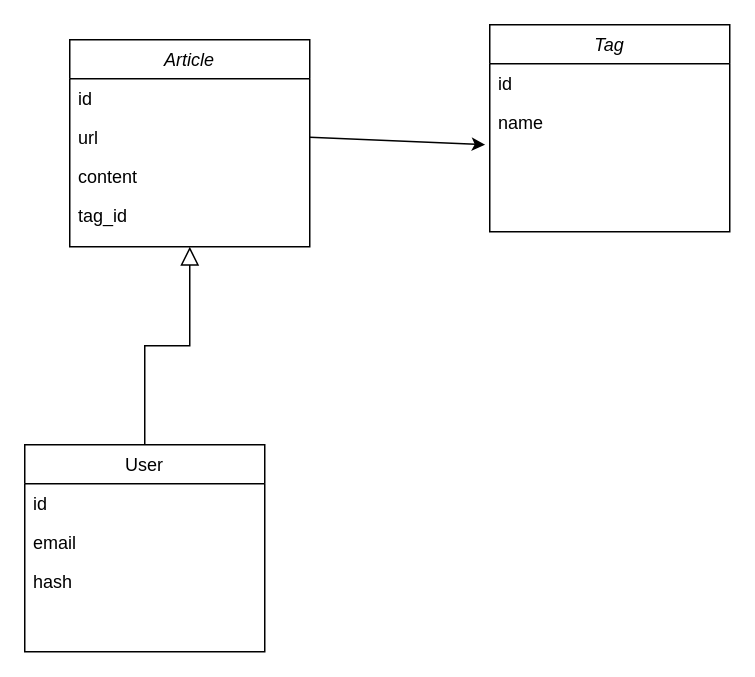
This is draw/Database Diagram.drawio from Kirrrusha/link-storage, a draw.io file, before an edit. Source tidied: cells renumbered, new cells numbered last; positions are measured from the earlier drawing's top-left corner, leaving out a move shared by most shapes. Both pictures are drawn from the tidied source at 150%, with x=0, y=0 at pixel (24, 24).
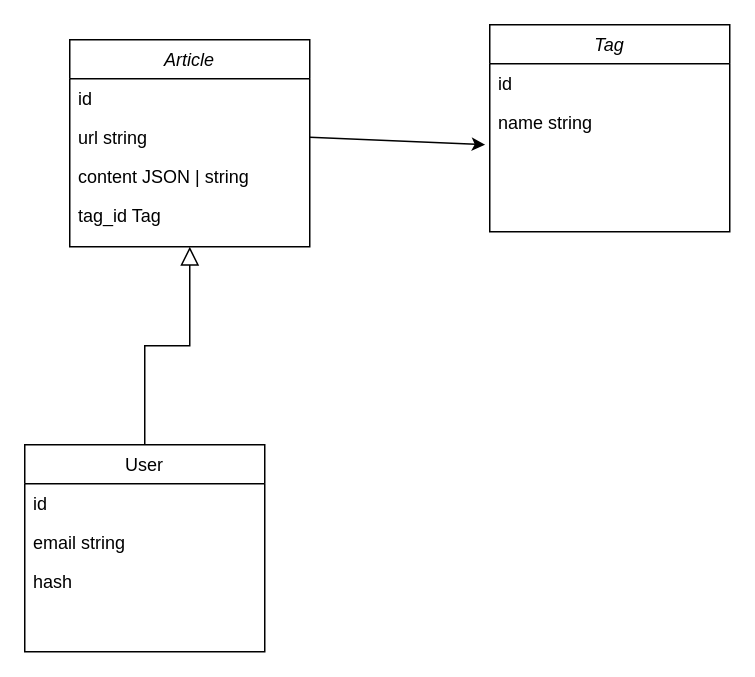
Above is the later version.

Diff of the diagram source:
```diff
@@
 <mxGraphModel>
   <root>
     <mxCell id="0" />
     <mxCell id="1" parent="0" />
     <mxCell id="2" value="Article" style="swimlane;fontStyle=2;align=center;verticalAlign=top;horizontal=1;startSize=26;rounded=0;shadow=0;strokeWidth=1;" parent="1" vertex="1">
       <mxGeometry x="30" y="10" width="160" height="138" as="geometry" />
     </mxCell>
     <mxCell id="3" value="id" style="text;align=left;verticalAlign=top;spacingLeft=4;spacingRight=4;overflow=hidden;" parent="2" vertex="1">
       <mxGeometry y="26" width="160" height="26" as="geometry" />
     </mxCell>
-    <mxCell id="4" value="url" style="text;align=left;verticalAlign=top;spacingLeft=4;spacingRight=4;overflow=hidden;points=[[0,0.5],[1,0.5]];portConstraint=eastwest;rounded=0;shadow=0;html=0;" parent="2" vertex="1">
+    <mxCell id="4" value="url string" style="text;align=left;verticalAlign=top;spacingLeft=4;spacingRight=4;overflow=hidden;points=[[0,0.5],[1,0.5]];portConstraint=eastwest;rounded=0;shadow=0;html=0;" parent="2" vertex="1">
       <mxGeometry y="52" width="160" height="26" as="geometry" />
     </mxCell>
-    <mxCell id="5" value="content" style="text;align=left;verticalAlign=top;spacingLeft=4;spacingRight=4;overflow=hidden;rounded=0;shadow=0;html=0;" parent="2" vertex="1">
+    <mxCell id="5" value="content JSON | string" style="text;align=left;verticalAlign=top;spacingLeft=4;spacingRight=4;overflow=hidden;rounded=0;shadow=0;html=0;" parent="2" vertex="1">
       <mxGeometry y="78" width="160" height="26" as="geometry" />
     </mxCell>
-    <mxCell id="6" value="tag_id" style="text;align=left;verticalAlign=top;spacingLeft=4;spacingRight=4;overflow=hidden;rounded=0;shadow=0;html=0;" parent="2" vertex="1">
+    <mxCell id="6" value="tag_id Tag" style="text;align=left;verticalAlign=top;spacingLeft=4;spacingRight=4;overflow=hidden;rounded=0;shadow=0;html=0;" parent="2" vertex="1">
       <mxGeometry y="104" width="160" height="26" as="geometry" />
     </mxCell>
     <mxCell id="7" value="User" style="swimlane;fontStyle=0;align=center;verticalAlign=top;horizontal=1;startSize=26;rounded=0;shadow=0;strokeWidth=1;" parent="1" vertex="1">
       <mxGeometry y="280" width="160" height="138" as="geometry" />
     </mxCell>
     <mxCell id="8" value="id" style="text;align=left;verticalAlign=top;spacingLeft=4;spacingRight=4;overflow=hidden;" parent="7" vertex="1">
       <mxGeometry y="26" width="160" height="26" as="geometry" />
     </mxCell>
-    <mxCell id="9" value="email" style="text;align=left;verticalAlign=top;spacingLeft=4;spacingRight=4;overflow=hidden;rounded=0;shadow=0;html=0;" parent="7" vertex="1">
+    <mxCell id="9" value="email string" style="text;align=left;verticalAlign=top;spacingLeft=4;spacingRight=4;overflow=hidden;rounded=0;shadow=0;html=0;" parent="7" vertex="1">
       <mxGeometry y="52" width="160" height="26" as="geometry" />
     </mxCell>
     <mxCell id="10" value="hash" style="text;align=left;verticalAlign=top;spacingLeft=4;spacingRight=4;overflow=hidden;rounded=0;shadow=0;html=0;" parent="7" vertex="1">
       <mxGeometry y="78" width="160" height="26" as="geometry" />
     </mxCell>
     <mxCell id="11" style="endArrow=block;endSize=10;endFill=0;shadow=0;strokeWidth=1;rounded=0;edgeStyle=elbowEdgeStyle;elbow=vertical;" parent="1" edge="1" source="7" target="2">
       <mxGeometry relative="1" as="geometry" />
     </mxCell>
     <mxCell id="12" value="Tag" style="swimlane;fontStyle=2;align=center;verticalAlign=top;horizontal=1;startSize=26;rounded=0;shadow=0;strokeWidth=1;" parent="1" vertex="1">
       <mxGeometry x="310" width="160" height="138" as="geometry" />
     </mxCell>
-    <mxCell id="13" value="id" style="text;align=left;verticalAlign=top;spacingLeft=4;spacingRight=4;overflow=hidden;" parent="12" vertex="1">
+    <mxCell id="13" value="id " style="text;align=left;verticalAlign=top;spacingLeft=4;spacingRight=4;overflow=hidden;" parent="12" vertex="1">
       <mxGeometry y="26" width="160" height="26" as="geometry" />
     </mxCell>
-    <mxCell id="14" value="name" style="text;align=left;verticalAlign=top;spacingLeft=4;spacingRight=4;overflow=hidden;points=[[0,0.5],[1,0.5]];portConstraint=eastwest;rounded=0;shadow=0;html=0;" parent="12" vertex="1">
+    <mxCell id="14" value="name string" style="text;align=left;verticalAlign=top;spacingLeft=4;spacingRight=4;overflow=hidden;points=[[0,0.5],[1,0.5]];portConstraint=eastwest;rounded=0;shadow=0;html=0;" parent="12" vertex="1">
       <mxGeometry y="52" width="160" height="26" as="geometry" />
     </mxCell>
     <mxCell id="15" style="endArrow=classic;html=1;rounded=0;exitX=1;exitY=0.5;exitDx=0;exitDy=0;entryX=-0.019;entryY=1.077;entryDx=0;entryDy=0;entryPerimeter=0;" parent="1" edge="1" source="4" target="14">
       <mxGeometry relative="1" as="geometry" />
     </mxCell>
   </root>
 </mxGraphModel>
```
